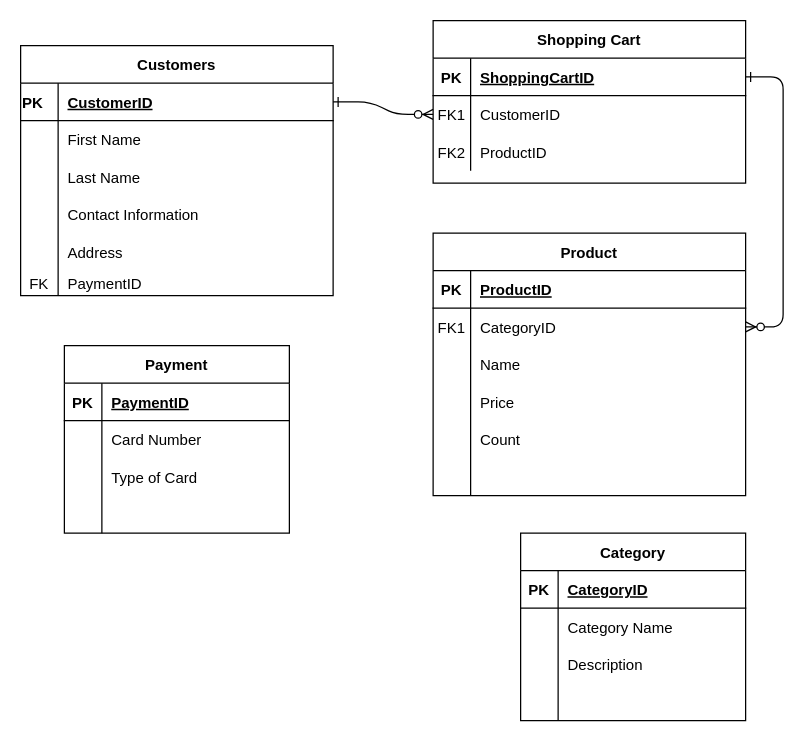
NotNanetteKaye/EntityDiagram keeps this draw.io diagram as Untitled Diagram.drawio. Above is the earlier version. Source tidied: cells renumbered, new cells numbered last; positions are measured from the earlier drawing's top-left corner, leaving out a move shared by most shapes. Both pictures are drawn from the tidied source at 125%, with x=0, y=0 at pixel (20, 20).
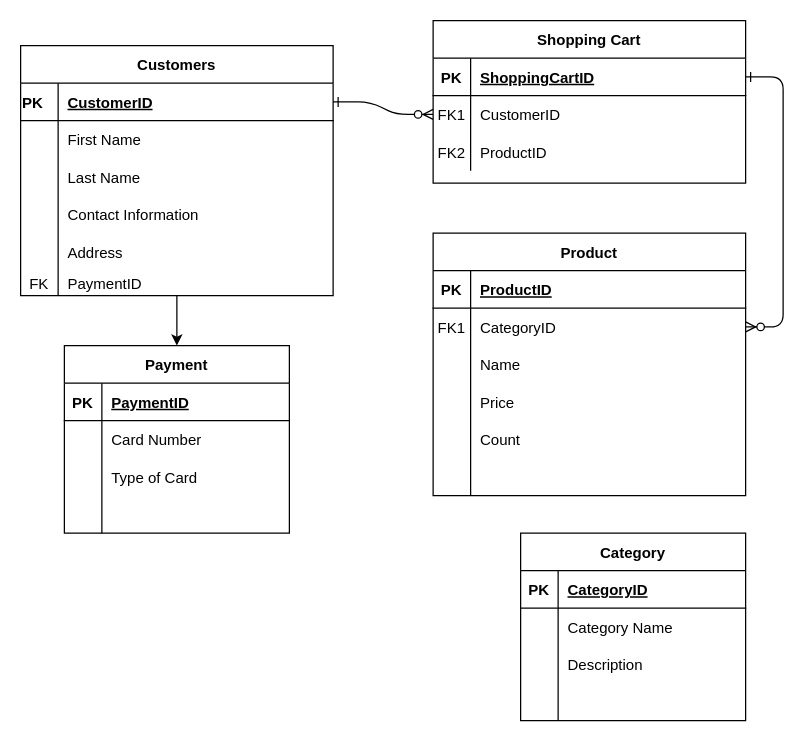
Above is the later version.

Commit message:
connected payment table to customer table

The change refers to these unchanged cells:
```xml
<mxCell id="33" value="Customers" style="shape=table;startSize=30;childLayout=tableLayout;rowLines=0;fontStyle=1;align=center;" parent="1" vertex="1">
  <mxGeometry y="20" width="250" height="200" as="geometry" />
</mxCell>
<mxCell id="67" value="Payment" style="shape=table;startSize=30;childLayout=tableLayout;rowLines=0;fontStyle=1;align=center;" parent="1" vertex="1">
  <mxGeometry x="35" y="260" width="180" height="150" as="geometry" />
</mxCell>
```

The edit, as a diff of the source:
```diff
@@
+    <mxCell id="80" style="edgeStyle=none;rounded=0;jettySize=auto;html=1;" parent="1" edge="1" source="33" target="67">
+      <mxGeometry relative="1" as="geometry" />
+    </mxCell>
```
